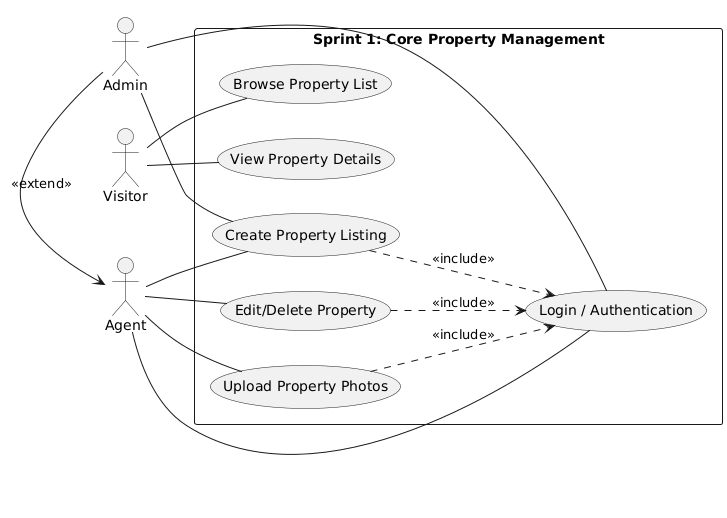
This is Presentation/images/Sprint1-UseCase.png from AZIZ-Soufiane/PropertyHub-PFE, a PlantUML export, as it was before one commit.
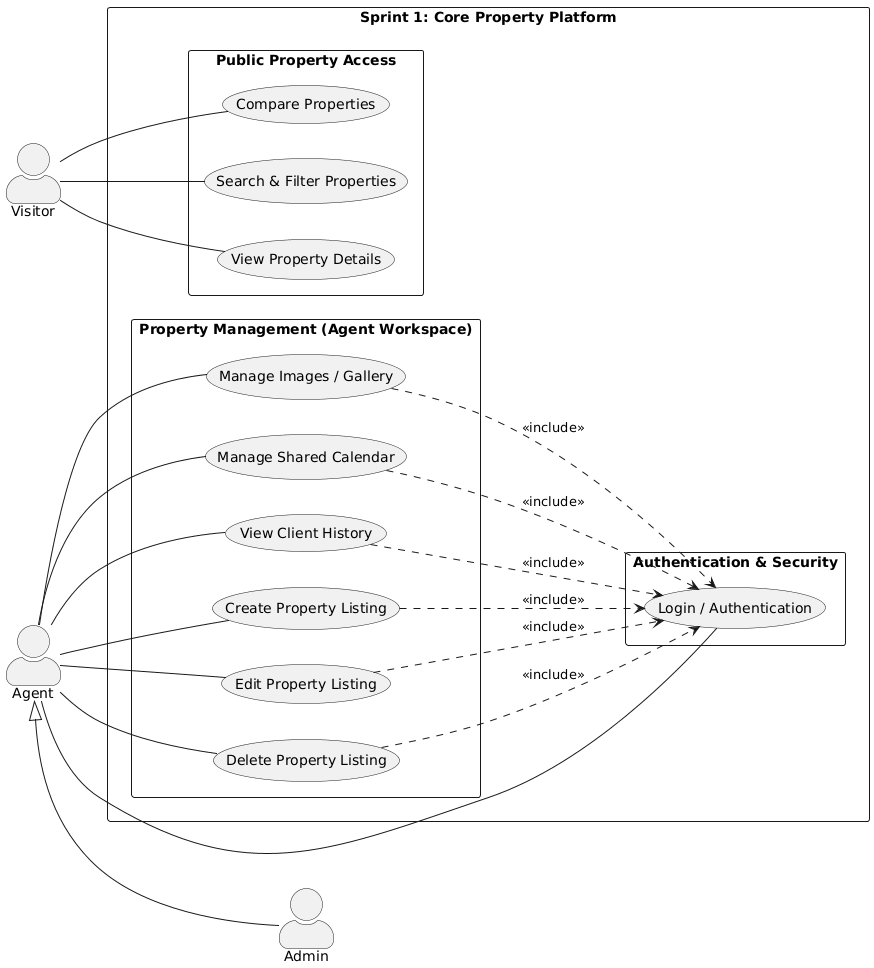
The same file after the commit.

Diff of the diagram source:
```diff
@@ -1,34 +1,54 @@
 @startuml
 left to right direction
+skinparam packageStyle rectangle
 skinparam shadowing false
+skinparam actorStyle awesome
 
+actor "Visitor" as Visitor
+actor "Agent" as Agent
 actor "Admin" as Admin
-actor "Agent" as Agent
-actor "Visitor" as Vis
 
-rectangle "Sprint 1: Core Property Management" {
-    (Login / Authentication) as UC_Auth
-    (Create Property Listing) as UC_Create
-    (Edit/Delete Property) as UC_Edit
-    (Upload Property Photos) as UC_Photos
-    (Browse Property List) as UC_Browse
-    (View Property Details) as UC_Details
+Agent <|-- Admin
+
+rectangle "Sprint 1: Core Property Platform" {
+
+  package "Authentication & Security" {
+      usecase "Login / Authentication" as Login
+  }
+
+  package "Public Property Access" {
+      usecase "Search & Filter Properties" as Search
+      usecase "View Property Details" as Details
+      usecase "Compare Properties" as Compare
+  }
+
+  package "Property Management (Agent Workspace)" {
+      usecase "Create Property Listing" as CreateListing
+      usecase "Edit Property Listing" as EditListing
+      usecase "Delete Property Listing" as DeleteListing
+      usecase "Manage Images / Gallery" as Gallery
+      usecase "Manage Shared Calendar" as Calendar
+      usecase "View Client History" as ClientHistory
+  }
+
 }
 
-Vis -- UC_Browse
-Vis -- UC_Details
+Visitor -- Search
+Visitor -- Details
+Visitor -- Compare
 
-Agent -- UC_Auth
-Agent -- UC_Create
-Agent -- UC_Edit
-Agent -- UC_Photos
+Agent -- Login
+Agent -- CreateListing
+Agent -- EditListing
+Agent -- DeleteListing
+Agent -- Gallery
+Agent -- Calendar
+Agent -- ClientHistory
 
-Admin -- UC_Auth
-Admin -- UC_Create
-
-UC_Create ..> UC_Auth : <<include>>
-UC_Edit   ..> UC_Auth : <<include>>
-UC_Photos ..> UC_Auth : <<include>>
-
-Admin -right-> Agent : <<extend>>
+CreateListing ..> Login : <<include>>
+EditListing ..> Login : <<include>>
+DeleteListing ..> Login : <<include>>
+Gallery ..> Login : <<include>>
+Calendar ..> Login : <<include>>
+ClientHistory ..> Login : <<include>>
 @enduml
```
